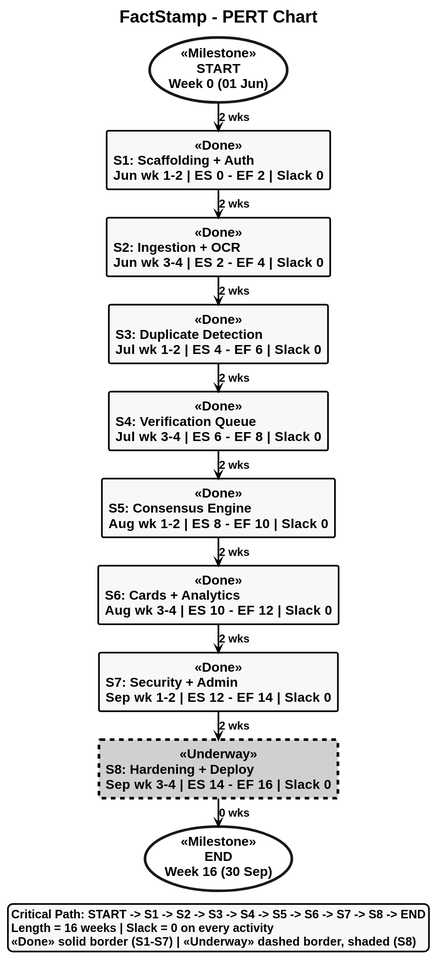
The PlantUML diagram FactStamp/black_book_draft/03_Requirements_and_Analysis/attachments/pert_chart.svg in aadish0day/typst, before a commit. Its diagram source:
```plantuml
@startuml
skinparam style strictuml
skinparam monochrome true
skinparam defaultFontName "Liberation Sans"
skinparam defaultFontSize 20
skinparam defaultFontStyle bold
skinparam titleFontSize 26
skinparam titleFontStyle bold
skinparam backgroundColor white
skinparam ArrowColor black
skinparam ArrowThickness 2.5
skinparam ArrowFontSize 17
skinparam ArrowFontStyle bold
skinparam RectangleBorderColor black
skinparam RectangleBorderThickness 2.5
skinparam RectangleBackgroundColor #F8F9FA
skinparam RectangleFontSize 20
skinparam RectangleFontStyle bold
title FactStamp - PERT Chart

skinparam ranksep 22
skinparam nodesep 22

skinparam rectangle<<Done>> {
  BorderStyle solid
  BorderThickness 2.5
  BackgroundColor #F8F9FA
}

skinparam rectangle<<Underway>> {
  BorderStyle dashed
  BorderThickness 4
  BackgroundColor #D0D0D0
}

skinparam usecase<<Milestone>> {
  BorderThickness 4
  BackgroundColor #FFFFFF
  FontSize 20
  FontStyle bold
}

skinparam legendFontSize 18
skinparam legendFontStyle bold
skinparam legendBackgroundColor #F8F9FA
skinparam legendBorderColor black
skinparam legendBorderThickness 2.5

usecase "START\nWeek 0 (01 Jun)" as START <<Milestone>>
usecase "END\nWeek 16 (30 Sep)" as END <<Milestone>>

rectangle "S1: Scaffolding + Auth\nJun wk 1-2 | ES 0 - EF 2  |  Slack 0" as S1 <<Done>>
rectangle "S2: Ingestion + OCR\nJun wk 3-4 | ES 2 - EF 4  |  Slack 0" as S2 <<Done>>
rectangle "S3: Duplicate Detection\nJul wk 1-2 | ES 4 - EF 6  |  Slack 0" as S3 <<Done>>
rectangle "S4: Verification Queue\nJul wk 3-4 | ES 6 - EF 8  |  Slack 0" as S4 <<Done>>
rectangle "S5: Consensus Engine\nAug wk 1-2 | ES 8 - EF 10  |  Slack 0" as S5 <<Done>>
rectangle "S6: Cards + Analytics\nAug wk 3-4 | ES 10 - EF 12  |  Slack 0" as S6 <<Done>>
rectangle "S7: Security + Admin\nSep wk 1-2 | ES 12 - EF 14  |  Slack 0" as S7 <<Done>>
rectangle "S8: Hardening + Deploy\nSep wk 3-4 | ES 14 - EF 16  |  Slack 0" as S8 <<Underway>>

START --> S1 : 2 wks
S1 --> S2 : 2 wks
S2 --> S3 : 2 wks
S3 --> S4 : 2 wks
S4 --> S5 : 2 wks
S5 --> S6 : 2 wks
S6 --> S7 : 2 wks
S7 --> S8 : 2 wks
S8 --> END : 0 wks

legend bottom
Critical Path: START -> S1 -> S2 -> S3 -> S4 -> S5 -> S6 -> S7 -> S8 -> END
Length = 16 weeks | Slack = 0 on every activity
<<Done>> solid border (S1-S7)  |  <<Underway>> dashed border, shaded (S8)
end legend
@enduml
```
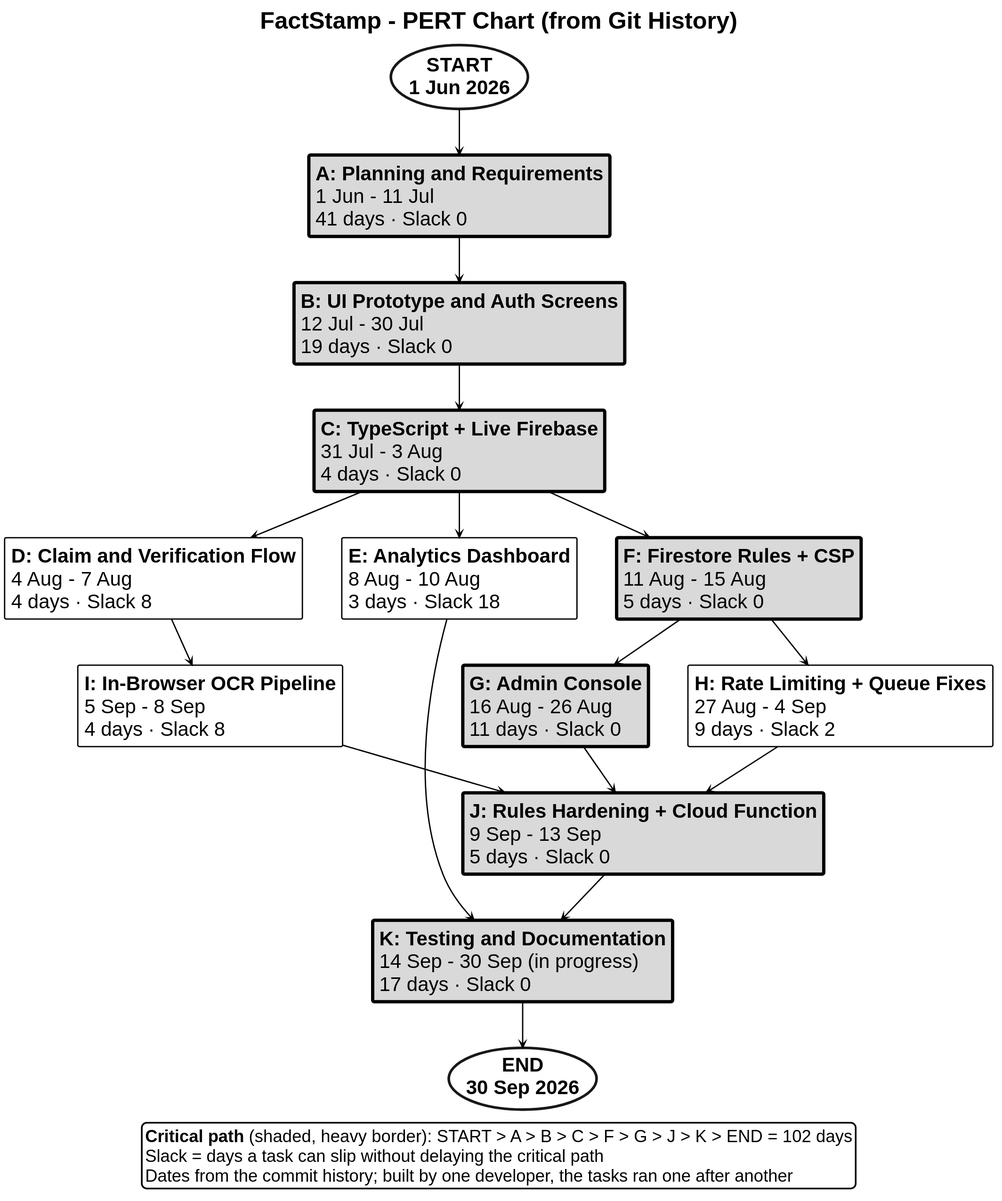
After the change.

What changed in the source:
```diff
@@ -2,75 +2,76 @@
 skinparam style strictuml
 skinparam monochrome true
 skinparam defaultFontName "Liberation Sans"
-skinparam defaultFontSize 20
-skinparam defaultFontStyle bold
-skinparam titleFontSize 26
+skinparam defaultFontSize 30
+skinparam titleFontSize 36
 skinparam titleFontStyle bold
 skinparam backgroundColor white
 skinparam ArrowColor black
-skinparam ArrowThickness 2.5
-skinparam ArrowFontSize 17
-skinparam ArrowFontStyle bold
+skinparam ArrowThickness 2
 skinparam RectangleBorderColor black
-skinparam RectangleBorderThickness 2.5
-skinparam RectangleBackgroundColor #F8F9FA
-skinparam RectangleFontSize 20
-skinparam RectangleFontStyle bold
-title FactStamp - PERT Chart
+skinparam RectangleFontSize 30
+skinparam ranksep 70
+skinparam nodesep 60
+hide stereotype
+title FactStamp - PERT Chart (from Git History)
 
-skinparam ranksep 22
-skinparam nodesep 22
-
-skinparam rectangle<<Done>> {
-  BorderStyle solid
-  BorderThickness 2.5
-  BackgroundColor #F8F9FA
+skinparam rectangle<<Crit>> {
+  BorderThickness 5
+  BackgroundColor #D9D9D9
 }
-
-skinparam rectangle<<Underway>> {
-  BorderStyle dashed
-  BorderThickness 4
-  BackgroundColor #D0D0D0
+skinparam rectangle<<Norm>> {
+  BorderThickness 2
+  BackgroundColor #FFFFFF
 }
-
 skinparam usecase<<Milestone>> {
   BorderThickness 4
   BackgroundColor #FFFFFF
-  FontSize 20
+  FontSize 30
   FontStyle bold
 }
-
-skinparam legendFontSize 18
-skinparam legendFontStyle bold
-skinparam legendBackgroundColor #F8F9FA
+skinparam legendFontSize 26
+skinparam legendBackgroundColor #FFFFFF
 skinparam legendBorderColor black
 skinparam legendBorderThickness 2.5
 
-usecase "START\nWeek 0 (01 Jun)" as START <<Milestone>>
-usecase "END\nWeek 16 (30 Sep)" as END <<Milestone>>
+usecase "START\n1 Jun 2026" as START <<Milestone>>
+rectangle "<b>A: Planning and Requirements</b>\n1 Jun - 11 Jul\n41 days · Slack 0" as A <<Crit>>
+rectangle "<b>B: UI Prototype and Auth Screens</b>\n12 Jul - 30 Jul\n19 days · Slack 0" as B <<Crit>>
+rectangle "<b>C: TypeScript + Live Firebase</b>\n31 Jul - 3 Aug\n4 days · Slack 0" as C <<Crit>>
+rectangle "<b>D: Claim and Verification Flow</b>\n4 Aug - 7 Aug\n4 days · Slack 8" as D <<Norm>>
+rectangle "<b>E: Analytics Dashboard</b>\n8 Aug - 10 Aug\n3 days · Slack 18" as E <<Norm>>
+rectangle "<b>F: Firestore Rules + CSP</b>\n11 Aug - 15 Aug\n5 days · Slack 0" as F <<Crit>>
+rectangle "<b>G: Admin Console</b>\n16 Aug - 26 Aug\n11 days · Slack 0" as G <<Crit>>
+rectangle "<b>H: Rate Limiting + Queue Fixes</b>\n27 Aug - 4 Sep\n9 days · Slack 2" as H <<Norm>>
+rectangle "<b>I: In-Browser OCR Pipeline</b>\n5 Sep - 8 Sep\n4 days · Slack 8" as I <<Norm>>
+rectangle "<b>J: Rules Hardening + Cloud Function</b>\n9 Sep - 13 Sep\n5 days · Slack 0" as J <<Crit>>
+rectangle "<b>K: Testing and Documentation</b>\n14 Sep - 30 Sep (in progress)\n17 days · Slack 0" as K <<Crit>>
+usecase "END\n30 Sep 2026" as END <<Milestone>>
 
-rectangle "S1: Scaffolding + Auth\nJun wk 1-2 | ES 0 - EF 2  |  Slack 0" as S1 <<Done>>
-rectangle "S2: Ingestion + OCR\nJun wk 3-4 | ES 2 - EF 4  |  Slack 0" as S2 <<Done>>
-rectangle "S3: Duplicate Detection\nJul wk 1-2 | ES 4 - EF 6  |  Slack 0" as S3 <<Done>>
-rectangle "S4: Verification Queue\nJul wk 3-4 | ES 6 - EF 8  |  Slack 0" as S4 <<Done>>
-rectangle "S5: Consensus Engine\nAug wk 1-2 | ES 8 - EF 10  |  Slack 0" as S5 <<Done>>
-rectangle "S6: Cards + Analytics\nAug wk 3-4 | ES 10 - EF 12  |  Slack 0" as S6 <<Done>>
-rectangle "S7: Security + Admin\nSep wk 1-2 | ES 12 - EF 14  |  Slack 0" as S7 <<Done>>
-rectangle "S8: Hardening + Deploy\nSep wk 3-4 | ES 14 - EF 16  |  Slack 0" as S8 <<Underway>>
+START -[bold]-> A
+A -[bold]-> B
+B -[bold]-> C
+C --> D
+C --> E
+C -[bold]-> F
+F -[bold]-> G
+F --> H
+D --> I
+G -[bold]-> J
+H --> J
+I --> J
+E --> K
+J -[bold]-> K
+K -[bold]-> END
 
-START --> S1 : 2 wks
-S1 --> S2 : 2 wks
-S2 --> S3 : 2 wks
-S3 --> S4 : 2 wks
-S4 --> S5 : 2 wks
-S5 --> S6 : 2 wks
-S6 --> S7 : 2 wks
-S7 --> S8 : 2 wks
-S8 --> END : 0 wks
+D -[hidden]right- E
+E -[hidden]right- F
+I -[hidden]right- G
+G -[hidden]right- H
 
 legend bottom
-Critical Path: START -> S1 -> S2 -> S3 -> S4 -> S5 -> S6 -> S7 -> S8 -> END
-Length = 16 weeks | Slack = 0 on every activity
-<<Done>> solid border (S1-S7)  |  <<Underway>> dashed border, shaded (S8)
+  <b>Critical path</b> (shaded, heavy border): START > A > B > C > F > G > J > K > END = 102 days
+  Slack = days a task can slip without delaying the critical path
+  Dates from the commit history; built by one developer, the tasks ran one after another
 end legend
 @enduml
```
